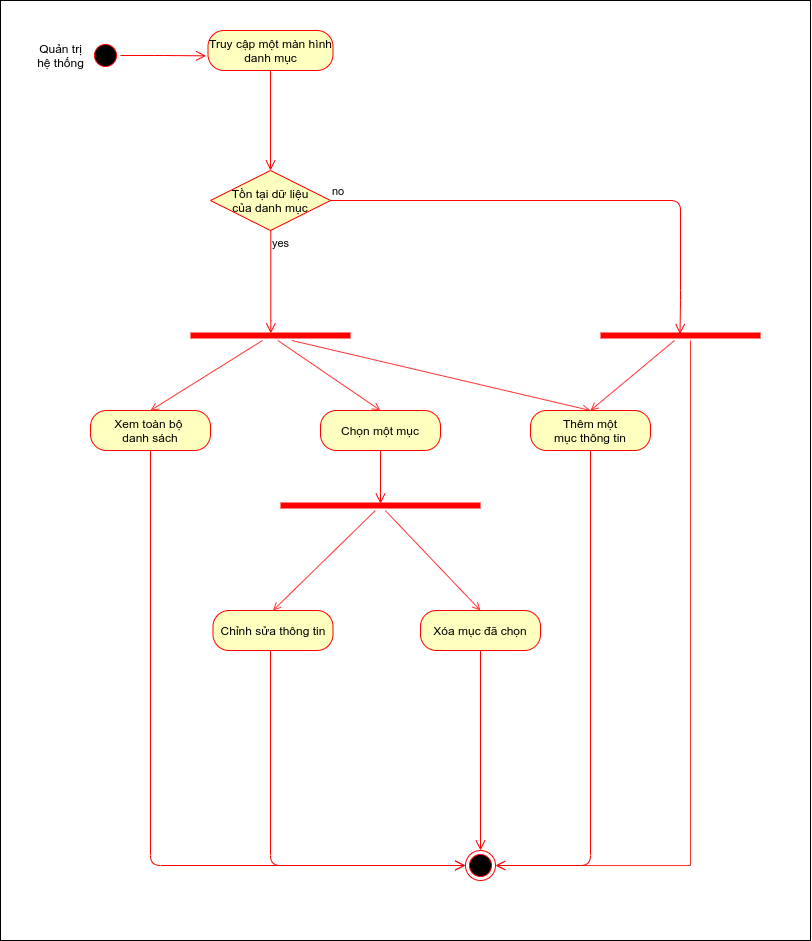
Before: img/UML/Admin/danhmucActivity.png, a diagram exported from draw.io (namgold/LVTN_REPORT). Source tidied: cells renumbered, new cells last; positions are measured from the earlier drawing's top-left corner, leaving out a move shared by most shapes.
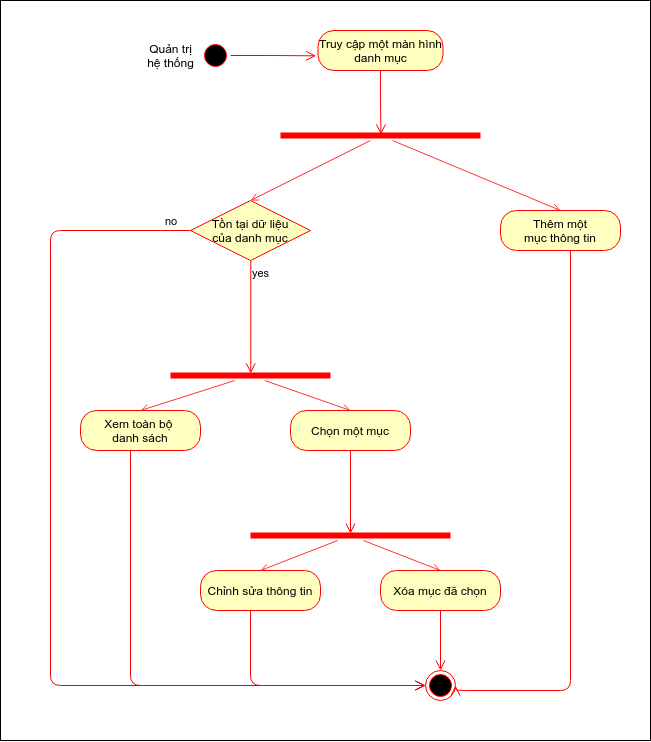
The same diagram one commit later.

Diff of the diagram source:
```diff
@@ -6,21 +6,12 @@
       <mxGeometry x="30" y="40" width="60" height="30" as="geometry" />
     </mxCell>
     <mxCell id="3" value="Tồn tại dữ liệu&lt;br&gt;của danh mục" style="rhombus;whiteSpace=wrap;html=1;fillColor=#ffffc0;strokeColor=#ff0000;" parent="1" vertex="1">
-      <mxGeometry x="210" y="170" width="120" height="60" as="geometry" />
+      <mxGeometry x="80" y="200" width="120" height="60" as="geometry" />
     </mxCell>
-    <mxCell id="4" value="no" style="edgeStyle=orthogonalEdgeStyle;html=1;align=left;verticalAlign=bottom;endArrow=open;endSize=8;strokeColor=#ff0000;exitX=1;exitY=0.5;exitDx=0;exitDy=0;entryX=0.497;entryY=0.357;entryDx=0;entryDy=0;entryPerimeter=0;" parent="1" edge="1" source="3" target="12">
-      <mxGeometry x="-1" relative="1" as="geometry">
-        <Array as="points">
-          <mxPoint x="680" y="200" />
-          <mxPoint x="680" y="300" />
-          <mxPoint x="680" y="300" />
-        </Array>
-      </mxGeometry>
-    </mxCell>
     <mxCell id="5" value="yes" style="edgeStyle=orthogonalEdgeStyle;html=1;align=left;verticalAlign=top;endArrow=open;endSize=8;strokeColor=#ff0000;entryX=0.502;entryY=0.286;entryDx=0;entryDy=0;entryPerimeter=0;" parent="1" edge="1" source="3" target="9">
       <mxGeometry x="-1" relative="1" as="geometry">
         <Array as="points">
-          <mxPoint x="270" y="330" />
+          <mxPoint x="140" y="360" />
         </Array>
       </mxGeometry>
     </mxCell>
@@ -30,43 +21,27 @@
     <mxCell id="7" style="edgeStyle=none;rounded=0;jettySize=auto;html=1;entryX=0.5;entryY=0;entryDx=0;entryDy=0;endArrow=open;endFill=0;strokeColor=#FF3333;" parent="1" edge="1" source="9" target="17">
       <mxGeometry relative="1" as="geometry" />
     </mxCell>
-    <mxCell id="8" style="rounded=0;jettySize=auto;html=1;entryX=0.5;entryY=0;entryDx=0;entryDy=0;endArrow=open;endFill=0;strokeColor=#FF3333;" parent="1" edge="1" source="9" target="26">
-      <mxGeometry relative="1" as="geometry" />
-    </mxCell>
     <mxCell id="9" style="shape=line;html=1;strokeWidth=6;strokeColor=#ff0000;fillColor=none;" parent="1" vertex="1">
-      <mxGeometry x="190" y="330" width="160" height="10" as="geometry" />
+      <mxGeometry x="60" y="370" width="160" height="10" as="geometry" />
     </mxCell>
-    <mxCell id="10" style="edgeStyle=none;rounded=0;jettySize=auto;html=1;entryX=0.5;entryY=0;entryDx=0;entryDy=0;endArrow=open;endFill=0;strokeColor=#FF3333;" parent="1" edge="1" source="12" target="26">
-      <mxGeometry relative="1" as="geometry" />
-    </mxCell>
-    <mxCell id="11" style="edgeStyle=orthogonalEdgeStyle;rounded=0;jettySize=auto;html=1;endArrow=open;endFill=0;strokeColor=#FF3333;entryX=1;entryY=0.5;entryDx=0;entryDy=0;" parent="1" edge="1" source="12" target="28">
-      <mxGeometry relative="1" as="geometry">
-        <Array as="points">
-          <mxPoint x="690" y="865" />
-        </Array>
-      </mxGeometry>
-    </mxCell>
-    <mxCell id="12" style="shape=line;html=1;strokeWidth=6;strokeColor=#ff0000;" parent="1" vertex="1">
-      <mxGeometry x="600" y="330" width="160" height="10" as="geometry" />
-    </mxCell>
     <mxCell id="13" value="Truy cập một màn hình danh mục" style="rounded=1;whiteSpace=wrap;html=1;arcSize=40;fontColor=#000000;fillColor=#ffffc0;strokeColor=#ff0000;" parent="1" vertex="1">
       <mxGeometry x="207.5" y="30" width="125" height="40" as="geometry" />
     </mxCell>
-    <mxCell id="14" style="edgeStyle=orthogonalEdgeStyle;html=1;verticalAlign=bottom;endArrow=open;endSize=8;strokeColor=#ff0000;entryX=0.5;entryY=0;entryDx=0;entryDy=0;" parent="1" edge="1" source="13" target="3">
+    <mxCell id="14" style="edgeStyle=orthogonalEdgeStyle;html=1;verticalAlign=bottom;endArrow=open;endSize=8;strokeColor=#ff0000;entryX=0.502;entryY=0.4;entryDx=0;entryDy=0;entryPerimeter=0;" parent="1" edge="1" source="13" target="34">
       <mxGeometry relative="1" as="geometry" />
     </mxCell>
     <mxCell id="15" value="Xem toàn bộ &lt;br&gt;danh sách" style="rounded=1;whiteSpace=wrap;html=1;arcSize=40;fontColor=#000000;fillColor=#ffffc0;strokeColor=#ff0000;" parent="1" vertex="1">
-      <mxGeometry x="90" y="410" width="120" height="40" as="geometry" />
+      <mxGeometry x="-30" y="410" width="120" height="40" as="geometry" />
     </mxCell>
     <mxCell id="16" style="edgeStyle=orthogonalEdgeStyle;html=1;verticalAlign=bottom;endArrow=open;endSize=8;strokeColor=#ff0000;entryX=0;entryY=0.5;entryDx=0;entryDy=0;" parent="1" edge="1" source="15" target="28">
       <mxGeometry relative="1" as="geometry">
         <Array as="points">
-          <mxPoint x="150" y="865" />
+          <mxPoint x="20" y="685" />
         </Array>
       </mxGeometry>
     </mxCell>
     <mxCell id="17" value="Chọn một mục" style="rounded=1;whiteSpace=wrap;html=1;arcSize=40;fontColor=#000000;fillColor=#ffffc0;strokeColor=#ff0000;" parent="1" vertex="1">
-      <mxGeometry x="320" y="410" width="120" height="40" as="geometry" />
+      <mxGeometry x="180" y="410" width="120" height="40" as="geometry" />
     </mxCell>
     <mxCell id="18" style="edgeStyle=orthogonalEdgeStyle;html=1;verticalAlign=bottom;endArrow=open;endSize=8;strokeColor=#ff0000;entryX=0.5;entryY=0.31;entryDx=0;entryDy=0;entryPerimeter=0;" parent="1" edge="1" source="17" target="21">
       <mxGeometry relative="1" as="geometry" />
@@ -78,36 +53,34 @@
       <mxGeometry relative="1" as="geometry" />
     </mxCell>
     <mxCell id="21" style="shape=line;html=1;strokeWidth=6;strokeColor=#ff0000;" parent="1" vertex="1">
-      <mxGeometry x="280" y="500" width="200" height="10" as="geometry" />
+      <mxGeometry x="140" y="530" width="200" height="10" as="geometry" />
     </mxCell>
     <mxCell id="22" value="Chỉnh sửa thông tin" style="rounded=1;whiteSpace=wrap;html=1;arcSize=40;fontColor=#000000;fillColor=#ffffc0;strokeColor=#ff0000;" parent="1" vertex="1">
-      <mxGeometry x="212.5" y="610" width="120" height="40" as="geometry" />
+      <mxGeometry x="90" y="570" width="120" height="40" as="geometry" />
     </mxCell>
     <mxCell id="23" style="edgeStyle=orthogonalEdgeStyle;html=1;verticalAlign=bottom;endArrow=open;endSize=8;strokeColor=#ff0000;entryX=0;entryY=0.5;entryDx=0;entryDy=0;" parent="1" edge="1" source="22" target="28">
       <mxGeometry relative="1" as="geometry">
         <Array as="points">
-          <mxPoint x="270" y="865" />
+          <mxPoint x="140" y="685" />
         </Array>
       </mxGeometry>
     </mxCell>
     <mxCell id="24" value="Xóa mục đã chọn" style="rounded=1;whiteSpace=wrap;html=1;arcSize=40;fontColor=#000000;fillColor=#ffffc0;strokeColor=#ff0000;" parent="1" vertex="1">
-      <mxGeometry x="420" y="610" width="120" height="40" as="geometry" />
+      <mxGeometry x="270" y="570" width="120" height="40" as="geometry" />
     </mxCell>
     <mxCell id="25" style="edgeStyle=orthogonalEdgeStyle;html=1;verticalAlign=bottom;endArrow=open;endSize=8;strokeColor=#ff0000;entryX=0.5;entryY=0;entryDx=0;entryDy=0;" parent="1" edge="1" source="24" target="28">
       <mxGeometry relative="1" as="geometry" />
     </mxCell>
-    <mxCell id="26" value="Thêm một&lt;br&gt;mục thông tin" style="rounded=1;whiteSpace=wrap;html=1;arcSize=40;fontColor=#000000;fillColor=#ffffc0;strokeColor=#ff0000;" parent="1" vertex="1">
-      <mxGeometry x="530" y="410" width="120" height="40" as="geometry" />
-    </mxCell>
     <mxCell id="27" style="edgeStyle=orthogonalEdgeStyle;html=1;verticalAlign=bottom;endArrow=open;endSize=8;strokeColor=#ff0000;entryX=1;entryY=0.5;entryDx=0;entryDy=0;" parent="1" edge="1" source="26" target="28">
       <mxGeometry relative="1" as="geometry">
         <Array as="points">
-          <mxPoint x="590" y="865" />
+          <mxPoint x="460" y="690" />
+          <mxPoint x="345" y="690" />
         </Array>
       </mxGeometry>
     </mxCell>
     <mxCell id="28" style="ellipse;html=1;shape=endState;fillColor=#000000;strokeColor=#ff0000;" parent="1" vertex="1">
-      <mxGeometry x="465" y="850" width="30" height="30" as="geometry" />
+      <mxGeometry x="315" y="670" width="30" height="30" as="geometry" />
     </mxCell>
     <mxCell id="29" style="ellipse;html=1;shape=startState;fillColor=#000000;strokeColor=#ff0000;" parent="1" vertex="1">
       <mxGeometry x="90" y="40" width="30" height="30" as="geometry" />
@@ -116,7 +89,27 @@
       <mxGeometry relative="1" as="geometry" />
     </mxCell>
     <mxCell id="31" style="rounded=0;whiteSpace=wrap;html=1;fillColor=none;shadow=0;sketch=0;glass=0;" parent="1" vertex="1">
-      <mxGeometry width="810" height="940" as="geometry" />
+      <mxGeometry x="-110" width="650" height="740" as="geometry" />
     </mxCell>
+    <mxCell id="32" style="rounded=0;jettySize=auto;html=1;entryX=0.5;entryY=0;entryDx=0;entryDy=0;strokeColor=#FF3333;endArrow=open;endFill=0;" parent="1" edge="1" source="34" target="3">
+      <mxGeometry relative="1" as="geometry" />
+    </mxCell>
+    <mxCell id="33" style="edgeStyle=none;rounded=0;jettySize=auto;html=1;entryX=0.5;entryY=0;entryDx=0;entryDy=0;endArrow=open;endFill=0;strokeColor=#FF3333;" parent="1" edge="1" source="34" target="26">
+      <mxGeometry relative="1" as="geometry" />
+    </mxCell>
+    <mxCell id="34" style="shape=line;html=1;strokeWidth=6;strokeColor=#ff0000;" parent="1" vertex="1">
+      <mxGeometry x="170" y="130" width="200" height="10" as="geometry" />
+    </mxCell>
+    <mxCell id="26" value="Thêm một&lt;br&gt;mục thông tin" style="rounded=1;whiteSpace=wrap;html=1;arcSize=40;fontColor=#000000;fillColor=#ffffc0;strokeColor=#ff0000;" parent="1" vertex="1">
+      <mxGeometry x="390" y="210" width="120" height="40" as="geometry" />
+    </mxCell>
+    <mxCell id="4" value="no" style="edgeStyle=orthogonalEdgeStyle;html=1;align=left;verticalAlign=bottom;endArrow=open;endSize=8;strokeColor=#ff0000;exitX=0;exitY=0.5;exitDx=0;exitDy=0;entryX=0;entryY=0.5;entryDx=0;entryDy=0;" parent="1" edge="1" source="3" target="28">
+      <mxGeometry x="-0.94" relative="1" as="geometry">
+        <Array as="points">
+          <mxPoint x="-60" y="230" />
+          <mxPoint x="-60" y="685" />
+        </Array>
+      </mxGeometry>
+    </mxCell>
   </root>
 </mxGraphModel>
```
